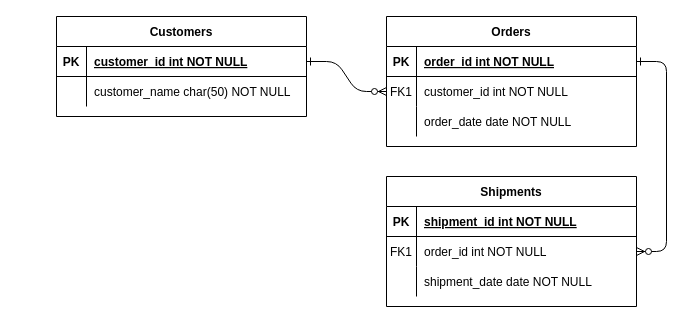
Above: Untitled Diagram.drawio in MrOOI/OOP (draw.io), before the change. Source tidied: cells renumbered, new cells numbered last; positions are measured from the earlier drawing's top-left corner, leaving out a move shared by most shapes. Both pictures are drawn from the tidied source at 100%, with x=0, y=0 at pixel (56, 16).
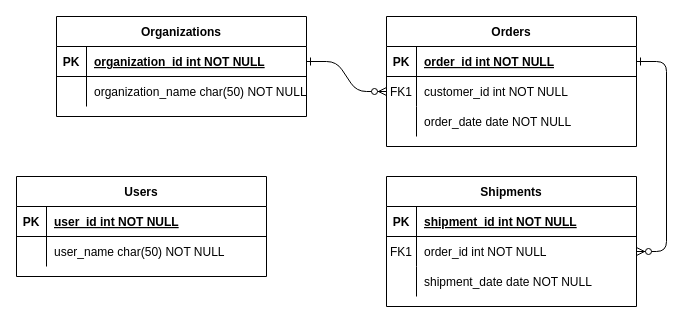
After the change.

Unchanged cells that the change refers to:
```xml
<mxCell id="25" style="shape=partialRectangle;fillColor=none;points=[[0,0.5],[1,0.5]];portConstraint=eastwest;top=0;left=0;right=0;bottom=1;" parent="24" vertex="1">
  <mxGeometry y="30" width="250" height="30" as="geometry" />
</mxCell>
<mxCell id="28" style="shape=partialRectangle;fillColor=none;top=0;left=0;right=0;bottom=0;" parent="24" vertex="1">
  <mxGeometry y="60" width="250" height="30" as="geometry" />
</mxCell>
```

Diff of the diagram source:
```diff
@@
-    <mxCell id="24" value="Customers" style="shape=table;startSize=30;childLayout=tableLayout;rowLines=0;fontStyle=1;align=center;" parent="1" vertex="1">
+    <mxCell id="24" value="Organizations" style="shape=table;startSize=30;childLayout=tableLayout;rowLines=0;fontStyle=1;align=center;" parent="1" vertex="1">
       <mxGeometry width="250" height="100" as="geometry" />
     </mxCell>
@@
-    <mxCell id="27" value="customer_id int NOT NULL " style="shape=partialRectangle;overflow=hidden;fillColor=none;top=0;left=0;bottom=0;right=0;align=left;spacingLeft=6;fontStyle=5;" parent="25" vertex="1">
+    <mxCell id="27" value="organization_id int NOT NULL " style="shape=partialRectangle;overflow=hidden;fillColor=none;top=0;left=0;bottom=0;right=0;align=left;spacingLeft=6;fontStyle=5;" parent="25" vertex="1">
       <mxGeometry x="30" width="220" height="30" as="geometry" />
     </mxCell>
@@
-    <mxCell id="30" value="customer_name char(50) NOT NULL" style="shape=partialRectangle;overflow=hidden;fillColor=none;top=0;left=0;bottom=0;right=0;align=left;spacingLeft=6;" parent="28" vertex="1">
+    <mxCell id="30" value="organization_name char(50) NOT NULL" style="shape=partialRectangle;overflow=hidden;fillColor=none;top=0;left=0;bottom=0;right=0;align=left;spacingLeft=6;" parent="28" vertex="1">
       <mxGeometry x="30" width="220" height="30" as="geometry" />
     </mxCell>
+    <mxCell id="31" value="Users" style="shape=table;startSize=30;childLayout=tableLayout;rowLines=0;fontStyle=1;align=center;" parent="1" vertex="1">
+      <mxGeometry x="-40" y="160" width="250" height="100" as="geometry" />
+    </mxCell>
+    <mxCell id="32" style="shape=partialRectangle;fillColor=none;top=0;left=0;right=0;bottom=1;" parent="31" vertex="1">
+      <mxGeometry y="30" width="250" height="30" as="geometry" />
+    </mxCell>
+    <mxCell id="33" value="PK" style="shape=partialRectangle;overflow=hidden;fillColor=none;top=0;left=0;bottom=0;right=0;fontStyle=1;" parent="32" vertex="1">
+      <mxGeometry width="30" height="30" as="geometry" />
+    </mxCell>
+    <mxCell id="34" value="user_id int NOT NULL " style="shape=partialRectangle;overflow=hidden;fillColor=none;top=0;left=0;bottom=0;right=0;align=left;spacingLeft=6;fontStyle=5;" parent="32" vertex="1">
+      <mxGeometry x="30" width="220" height="30" as="geometry" />
+    </mxCell>
+    <mxCell id="35" style="shape=partialRectangle;fillColor=none;top=0;left=0;right=0;bottom=0;" parent="31" vertex="1">
+      <mxGeometry y="60" width="250" height="30" as="geometry" />
+    </mxCell>
+    <mxCell id="36" style="shape=partialRectangle;overflow=hidden;fillColor=none;top=0;left=0;bottom=0;right=0;" parent="35" vertex="1">
+      <mxGeometry width="30" height="30" as="geometry" />
+    </mxCell>
+    <mxCell id="37" value="user_name char(50) NOT NULL" style="shape=partialRectangle;overflow=hidden;fillColor=none;top=0;left=0;bottom=0;right=0;align=left;spacingLeft=6;" parent="35" vertex="1">
+      <mxGeometry x="30" width="220" height="30" as="geometry" />
+    </mxCell>
```
